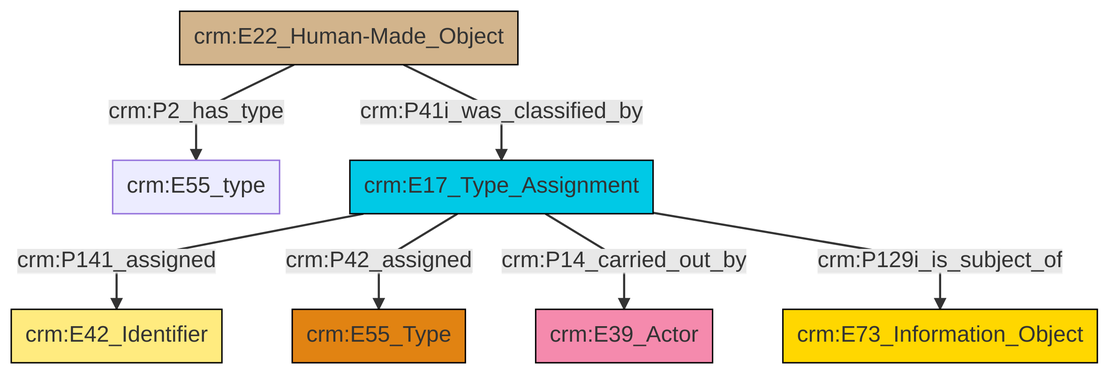
Before: et/builtWorkCSV/ttl/mmd/png/Built_Work_designation_status.png, a diagram exported from Mermaid (swiss-art-research-net/docs.swissartresearch). Its source is kept beside it as et/builtWorkCSV/ttl/mmd/Built_Work_designation_status.ttl.mmd.
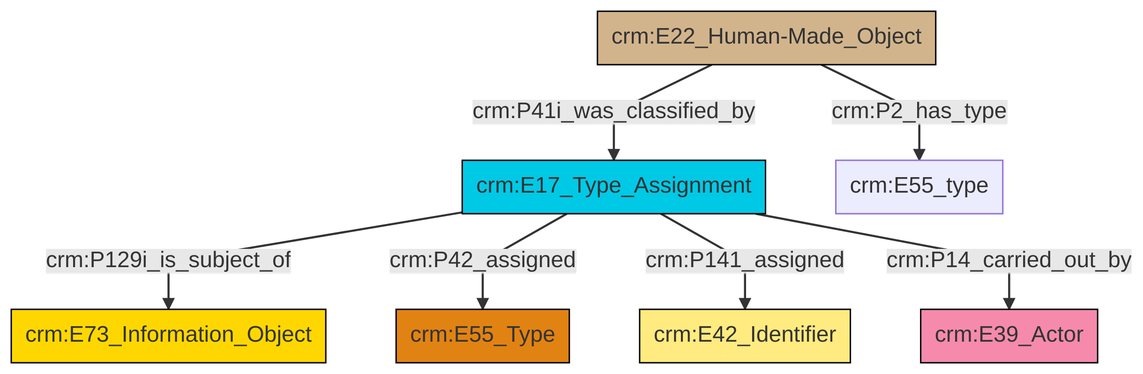
After the commit.

Change to the diagram source:
```diff
@@ -13,9 +13,9 @@
 classDef PC_Classes fill:#4ce600, stroke:#000000;
 classDef Multi fill:#cccccc,stroke:#000000;
 
-0["crm:E22_Human-Made_Object"]:::Physical_Thing -->|crm:P2_has_type| 1["crm:E55_type"]:::Default
-4["crm:E17_Type_Assignment"]:::Temporal_Entity -->|crm:P141_assigned| 2["crm:E42_Identifier"]:::Appellation
-4["crm:E17_Type_Assignment"]:::Temporal_Entity -->|crm:P42_assigned| 7["crm:E55_Type"]:::Type
-0["crm:E22_Human-Made_Object"]:::Physical_Thing -->|crm:P41i_was_classified_by| 4["crm:E17_Type_Assignment"]:::Temporal_Entity
-4["crm:E17_Type_Assignment"]:::Temporal_Entity -->|crm:P14_carried_out_by| 8["crm:E39_Actor"]:::Actor
-4["crm:E17_Type_Assignment"]:::Temporal_Entity -->|crm:P129i_is_subject_of| 5["crm:E73_Information_Object"]:::Conceptual_Object
+0["crm:E17_Type_Assignment"]:::Temporal_Entity -->|crm:P129i_is_subject_of| 1["crm:E73_Information_Object"]:::Conceptual_Object
+0["crm:E17_Type_Assignment"]:::Temporal_Entity -->|crm:P42_assigned| 2["crm:E55_Type"]:::Type
+0["crm:E17_Type_Assignment"]:::Temporal_Entity -->|crm:P141_assigned| 4["crm:E42_Identifier"]:::Appellation
+0["crm:E17_Type_Assignment"]:::Temporal_Entity -->|crm:P14_carried_out_by| 6["crm:E39_Actor"]:::Actor
+12["crm:E22_Human-Made_Object"]:::Physical_Thing -->|crm:P41i_was_classified_by| 0["crm:E17_Type_Assignment"]:::Temporal_Entity
+12["crm:E22_Human-Made_Object"]:::Physical_Thing -->|crm:P2_has_type| 9["crm:E55_type"]:::Default
```
